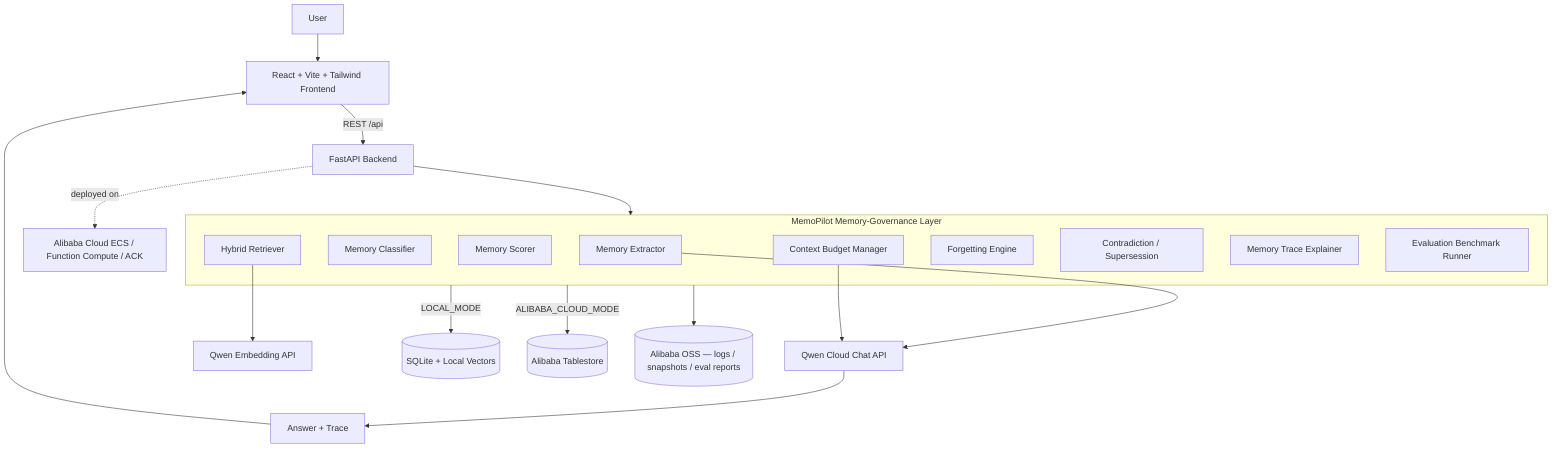
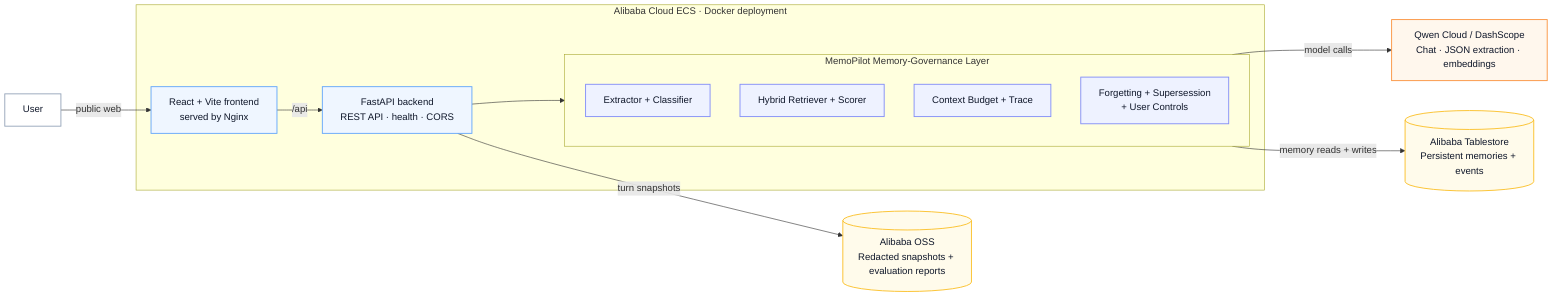
- flowchart TD
-     U[User] --> FE[React + Vite + Tailwind Frontend]
-     FE -->|REST /api| BE[FastAPI Backend]
+ flowchart LR
+     U[User]

-     subgraph MOS[MemoPilot Memory-Governance Layer]
-         EX[Memory Extractor]
-         CL[Memory Classifier]
-         SC[Memory Scorer]
-         RET[Hybrid Retriever]
-         CB[Context Budget Manager]
-         FE2[Forgetting Engine]
-         SUP[Contradiction / Supersession]
-         TR[Memory Trace Explainer]
-         EV[Evaluation Benchmark Runner]
+     subgraph ECS[Alibaba Cloud ECS · Docker deployment]
+         FE[React + Vite frontend<br/>served by Nginx]
+         BE[FastAPI backend<br/>REST API · health · CORS]
+ 
+         subgraph MG[MemoPilot Memory-Governance Layer]
+             EX[Extractor + Classifier]
+             RT[Hybrid Retriever + Scorer]
+             CB[Context Budget + Trace]
+             LF[Forgetting + Supersession<br/>+ User Controls]
+         end
+ 
+         FE -->|/api| BE
+         BE --> MG
    end

-     BE --> MOS
-     EX --> QC[Qwen Cloud Chat API]
-     RET --> QE[Qwen Embedding API]
-     CB --> QC
-     QC --> RESP[Answer + Trace] --> FE
+     QC[Qwen Cloud / DashScope<br/>Chat · JSON extraction · embeddings]
+     TS[(Alibaba Tablestore<br/>Persistent memories + events)]
+     OSS[(Alibaba OSS<br/>Redacted snapshots + evaluation reports)]

-     MOS -->|LOCAL_MODE| LS[(SQLite + Local Vectors)]
-     MOS -->|ALIBABA_CLOUD_MODE| TS[(Alibaba Tablestore)]
-     MOS --> OSS[(Alibaba OSS — logs / snapshots / eval reports)]
+     U -->|public web| FE
+     MG -->|model calls| QC
+     MG -->|memory reads + writes| TS
+     BE -->|turn snapshots| OSS

-     BE -.deployed on.-> ECS[Alibaba Cloud ECS / Function Compute / ACK]
+     classDef user fill:#ffffff,stroke:#94a3b8,color:#0f172a,stroke-width:1.5px;
+     classDef compute fill:#eff6ff,stroke:#60a5fa,color:#0f172a,stroke-width:1.5px;
+     classDef governance fill:#eef2ff,stroke:#818cf8,color:#0f172a,stroke-width:1.5px;
+     classDef qwen fill:#fff7ed,stroke:#fb923c,color:#0f172a,stroke-width:1.5px;
+     classDef storage fill:#fffbeb,stroke:#fbbf24,color:#0f172a,stroke-width:1.5px;
+     class U user;
+     class FE,BE compute;
+     class EX,RT,CB,LF governance;
+     class QC qwen;
+     class TS,OSS storage;
